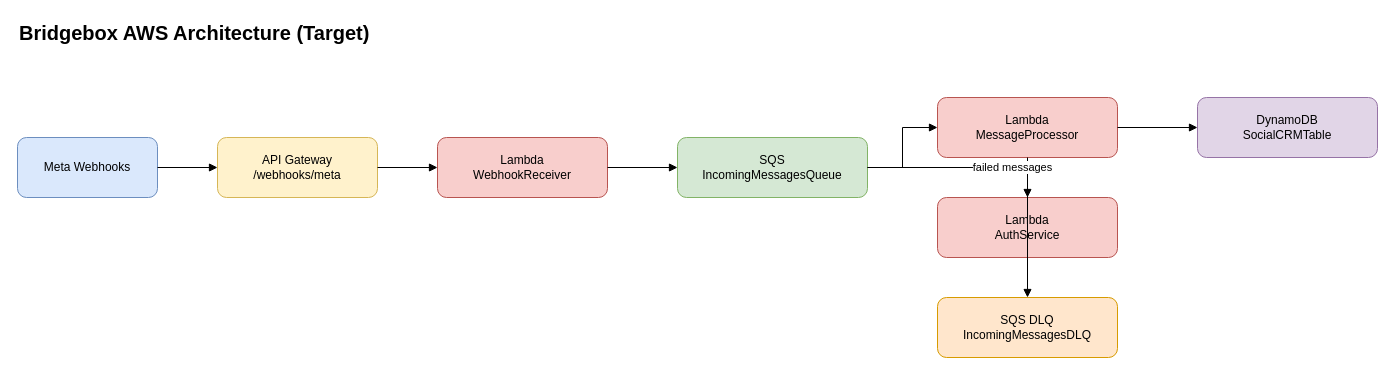
The draw.io diagram docs/architecture-target.drawio in smoothness/bridgebox, before the edit. Source tidied: cells renumbered, new cells numbered last; positions are measured from the earlier drawing's top-left corner, leaving out a move shared by most shapes. Both pictures are drawn from the tidied source at 100%, with x=0, y=0 at pixel (17, 17).
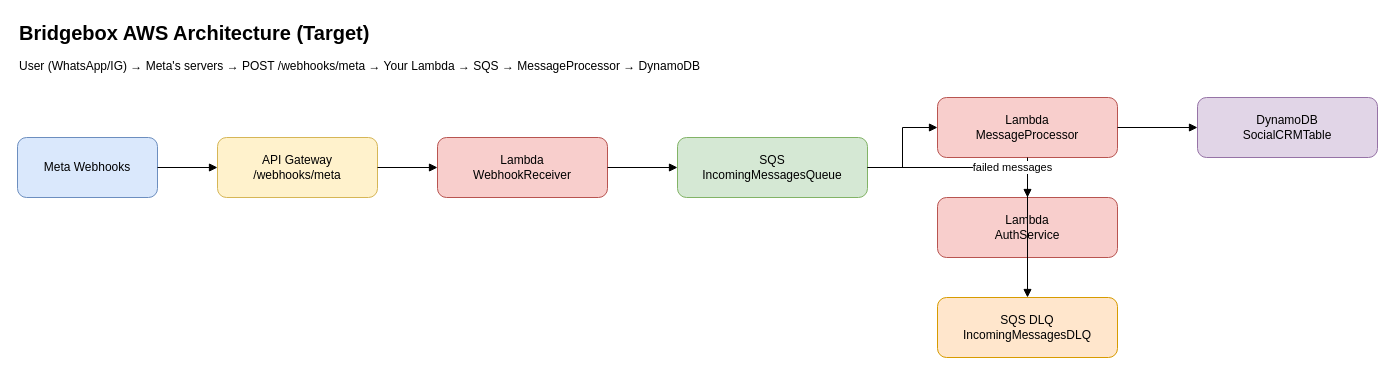
After the change.

Change to the diagram source:
```diff
@@
 <mxGraphModel>
   <root>
     <mxCell id="0" />
     <mxCell id="1" parent="0" />
     <mxCell id="2" value="Bridgebox AWS Architecture (Target)" style="text;html=1;strokeColor=none;fillColor=none;align=left;verticalAlign=middle;fontSize=20;fontStyle=1;" parent="1" vertex="1">
       <mxGeometry width="540" height="30" as="geometry" />
     </mxCell>
     <mxCell id="3" value="Meta Webhooks" style="rounded=1;whiteSpace=wrap;html=1;fillColor=#dae8fc;strokeColor=#6c8ebf;" parent="1" vertex="1">
       <mxGeometry y="120" width="140" height="60" as="geometry" />
     </mxCell>
     <mxCell id="4" value="API Gateway&#10;/webhooks/meta" style="rounded=1;whiteSpace=wrap;html=1;fillColor=#fff2cc;strokeColor=#d6b656;" parent="1" vertex="1">
       <mxGeometry x="200" y="120" width="160" height="60" as="geometry" />
     </mxCell>
     <mxCell id="5" value="Lambda&#10;WebhookReceiver" style="rounded=1;whiteSpace=wrap;html=1;fillColor=#f8cecc;strokeColor=#b85450;" parent="1" vertex="1">
       <mxGeometry x="420" y="120" width="170" height="60" as="geometry" />
     </mxCell>
     <mxCell id="6" value="SQS&#10;IncomingMessagesQueue" style="rounded=1;whiteSpace=wrap;html=1;fillColor=#d5e8d4;strokeColor=#82b366;" parent="1" vertex="1">
       <mxGeometry x="660" y="120" width="190" height="60" as="geometry" />
     </mxCell>
     <mxCell id="7" value="Lambda&#10;MessageProcessor" style="rounded=1;whiteSpace=wrap;html=1;fillColor=#f8cecc;strokeColor=#b85450;" parent="1" vertex="1">
       <mxGeometry x="920" y="80" width="180" height="60" as="geometry" />
     </mxCell>
     <mxCell id="8" value="Lambda&#10;AuthService" style="rounded=1;whiteSpace=wrap;html=1;fillColor=#f8cecc;strokeColor=#b85450;" parent="1" vertex="1">
       <mxGeometry x="920" y="180" width="180" height="60" as="geometry" />
     </mxCell>
     <mxCell id="9" value="DynamoDB&#10;SocialCRMTable" style="rounded=1;whiteSpace=wrap;html=1;fillColor=#e1d5e7;strokeColor=#9673a6;" parent="1" vertex="1">
       <mxGeometry x="1180" y="80" width="180" height="60" as="geometry" />
     </mxCell>
     <mxCell id="10" value="SQS DLQ&#10;IncomingMessagesDLQ" style="rounded=1;whiteSpace=wrap;html=1;fillColor=#ffe6cc;strokeColor=#d79b00;" parent="1" vertex="1">
       <mxGeometry x="920" y="280" width="180" height="60" as="geometry" />
     </mxCell>
     <mxCell id="11" style="edgeStyle=orthogonalEdgeStyle;rounded=0;jettySize=auto;html=1;endArrow=block;endFill=1;" parent="1" edge="1" source="3" target="4">
       <mxGeometry relative="1" as="geometry" />
     </mxCell>
     <mxCell id="12" style="edgeStyle=orthogonalEdgeStyle;rounded=0;jettySize=auto;html=1;endArrow=block;endFill=1;" parent="1" edge="1" source="4" target="5">
       <mxGeometry relative="1" as="geometry" />
     </mxCell>
     <mxCell id="13" style="edgeStyle=orthogonalEdgeStyle;rounded=0;jettySize=auto;html=1;endArrow=block;endFill=1;" parent="1" edge="1" source="5" target="6">
       <mxGeometry relative="1" as="geometry" />
     </mxCell>
     <mxCell id="14" style="edgeStyle=orthogonalEdgeStyle;rounded=0;jettySize=auto;html=1;endArrow=block;endFill=1;" parent="1" edge="1" source="6" target="7">
       <mxGeometry relative="1" as="geometry" />
     </mxCell>
     <mxCell id="15" style="edgeStyle=orthogonalEdgeStyle;rounded=0;jettySize=auto;html=1;endArrow=block;endFill=1;" parent="1" edge="1" source="7" target="9">
       <mxGeometry relative="1" as="geometry" />
     </mxCell>
     <mxCell id="16" style="edgeStyle=orthogonalEdgeStyle;rounded=0;jettySize=auto;html=1;endArrow=block;endFill=1;" parent="1" edge="1" source="7" target="8">
       <mxGeometry relative="1" as="geometry" />
     </mxCell>
     <mxCell id="17" value="failed messages" style="edgeStyle=orthogonalEdgeStyle;rounded=0;jettySize=auto;html=1;endArrow=block;endFill=1;" parent="1" edge="1" source="6" target="10">
       <mxGeometry relative="1" as="geometry" />
     </mxCell>
+    <mxCell id="18" value="&lt;span style=&quot;font-weight: normal;&quot;&gt;&lt;font style=&quot;font-size: 12px;&quot;&gt;User (WhatsApp/IG) → Meta's servers → POST /webhooks/meta → Your Lambda → SQS → MessageProcessor → DynamoDB&lt;/font&gt;&lt;/span&gt;" style="text;html=1;strokeColor=none;fillColor=none;align=left;verticalAlign=middle;fontSize=20;fontStyle=1;" parent="1" vertex="1">
+      <mxGeometry y="30" width="540" height="30" as="geometry" />
+    </mxCell>
   </root>
 </mxGraphModel>
```
